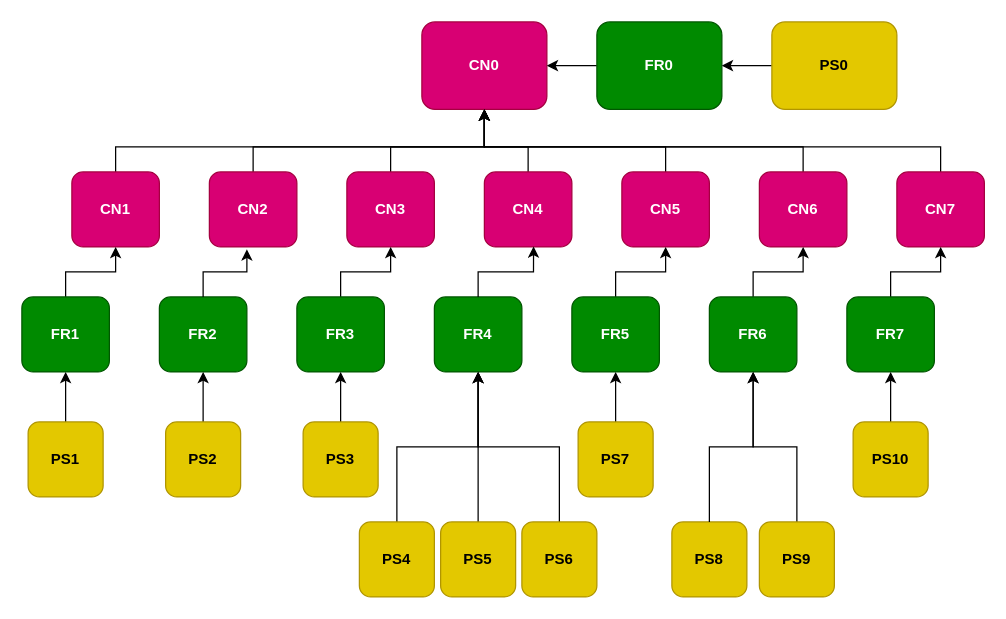
Earlier version of the draw.io diagram page "PS (Week6)" (3 of 6) of Untitled Diagram.drawio (asdismilla/FlowChart). Source tidied: cells renumbered, new cells numbered last; positions are measured from the earlier drawing's top-left corner, leaving out a move shared by most shapes. Both pictures are drawn from the tidied source at 125%, with x=0, y=0 at pixel (21, 21).
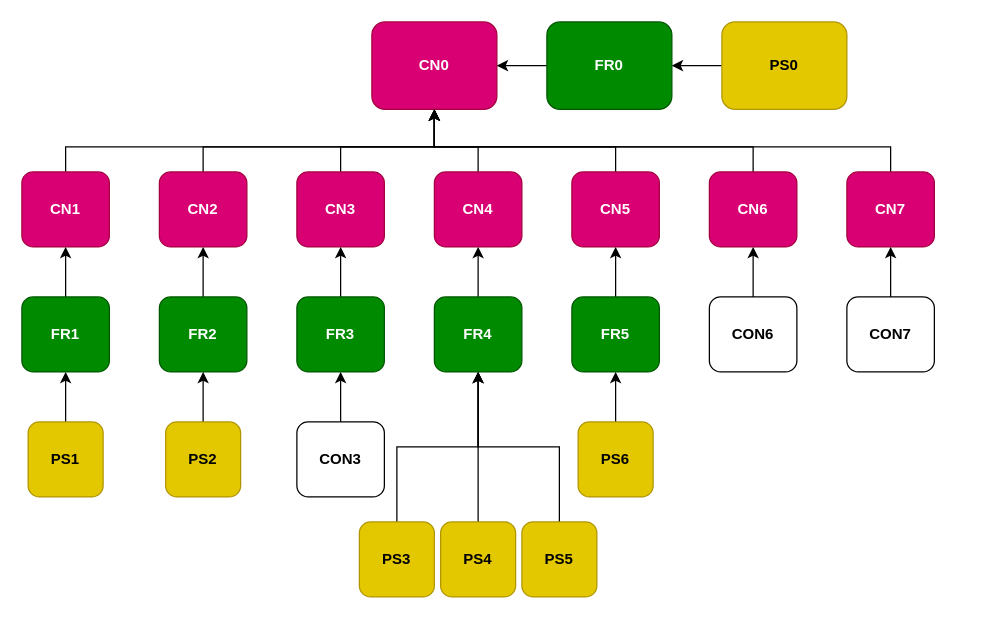
The same diagram, later.

Unchanged cells that the change refers to:
```xml
<mxCell id="23" value="&lt;b&gt;FR4&lt;/b&gt;" style="rounded=1;whiteSpace=wrap;html=1;fillColor=#008a00;fontColor=#ffffff;strokeColor=#005700;" parent="1" vertex="1">
  <mxGeometry x="330" y="220" width="70" height="60" as="geometry" />
</mxCell>
<mxCell id="25" value="&lt;b&gt;FR3&lt;/b&gt;" style="rounded=1;whiteSpace=wrap;html=1;fillColor=#008a00;fontColor=#ffffff;strokeColor=#005700;" parent="1" vertex="1">
  <mxGeometry x="220" y="220" width="70" height="60" as="geometry" />
</mxCell>
<mxCell id="26" value="&lt;b&gt;FR2&lt;/b&gt;" style="rounded=1;whiteSpace=wrap;html=1;fillColor=#008a00;fontColor=#ffffff;strokeColor=#005700;" parent="1" vertex="1">
  <mxGeometry x="110" y="220" width="70" height="60" as="geometry" />
</mxCell>
```

Diff of the diagram source:
```diff
@@
     <mxCell id="2" value="&lt;b&gt;CN0&lt;/b&gt;" style="rounded=1;whiteSpace=wrap;html=1;fillColor=#d80073;fontColor=#ffffff;strokeColor=#A50040;" parent="1" vertex="1">
-      <mxGeometry x="320" width="100" height="70" as="geometry" />
+      <mxGeometry x="280" width="100" height="70" as="geometry" />
     </mxCell>
     <mxCell id="3" style="edgeStyle=orthogonalEdgeStyle;rounded=0;jettySize=auto;html=1;exitX=0.5;exitY=0;exitDx=0;exitDy=0;entryX=0.5;entryY=1;entryDx=0;entryDy=0;" parent="1" edge="1" source="4" target="2">
       <mxGeometry relative="1" as="geometry">
         <Array as="points">
-          <mxPoint x="735" y="100" />
-          <mxPoint x="370" y="100" />
+          <mxPoint x="695" y="100" />
+          <mxPoint x="330" y="100" />
         </Array>
       </mxGeometry>
     </mxCell>
     <mxCell id="4" value="&lt;b&gt;CN7&lt;/b&gt;" style="rounded=1;whiteSpace=wrap;html=1;fillColor=#d80073;fontColor=#ffffff;strokeColor=#A50040;" parent="1" vertex="1">
-      <mxGeometry x="700" y="120" width="70" height="60" as="geometry" />
+      <mxGeometry x="660" y="120" width="70" height="60" as="geometry" />
     </mxCell>
     <mxCell id="5" style="edgeStyle=orthogonalEdgeStyle;rounded=0;jettySize=auto;html=1;exitX=0.5;exitY=0;exitDx=0;exitDy=0;entryX=0.5;entryY=1;entryDx=0;entryDy=0;" parent="1" edge="1" source="6" target="2">
       <mxGeometry relative="1" as="geometry">
         <Array as="points">
-          <mxPoint x="625" y="100" />
-          <mxPoint x="370" y="100" />
+          <mxPoint x="585" y="100" />
+          <mxPoint x="330" y="100" />
         </Array>
       </mxGeometry>
     </mxCell>
     <mxCell id="6" value="&lt;b&gt;CN6&lt;/b&gt;" style="rounded=1;whiteSpace=wrap;html=1;fillColor=#d80073;fontColor=#ffffff;strokeColor=#A50040;" parent="1" vertex="1">
-      <mxGeometry x="590" y="120" width="70" height="60" as="geometry" />
+      <mxGeometry x="550" y="120" width="70" height="60" as="geometry" />
     </mxCell>
     <mxCell id="7" style="edgeStyle=orthogonalEdgeStyle;rounded=0;jettySize=auto;html=1;entryX=0.5;entryY=1;entryDx=0;entryDy=0;" parent="1" edge="1" source="8" target="2">
       <mxGeometry relative="1" as="geometry">
         <Array as="points">
-          <mxPoint x="515" y="100" />
-          <mxPoint x="370" y="100" />
+          <mxPoint x="475" y="100" />
+          <mxPoint x="330" y="100" />
         </Array>
       </mxGeometry>
     </mxCell>
     <mxCell id="8" value="&lt;b&gt;CN5&lt;/b&gt;" style="rounded=1;whiteSpace=wrap;html=1;fillColor=#d80073;fontColor=#ffffff;strokeColor=#A50040;" parent="1" vertex="1">
-      <mxGeometry x="480" y="120" width="70" height="60" as="geometry" />
+      <mxGeometry x="440" y="120" width="70" height="60" as="geometry" />
     </mxCell>
     <mxCell id="9" style="edgeStyle=orthogonalEdgeStyle;rounded=0;jettySize=auto;html=1;" parent="1" edge="1" source="10">
       <mxGeometry relative="1" as="geometry">
-        <mxPoint x="370" y="70" as="targetPoint" />
+        <mxPoint x="330" y="70" as="targetPoint" />
         <Array as="points">
-          <mxPoint x="405" y="100" />
-          <mxPoint x="370" y="100" />
+          <mxPoint x="365" y="100" />
+          <mxPoint x="330" y="100" />
         </Array>
       </mxGeometry>
     </mxCell>
     <mxCell id="10" value="&lt;b&gt;CN4&lt;/b&gt;" style="rounded=1;whiteSpace=wrap;html=1;fillColor=#d80073;fontColor=#ffffff;strokeColor=#A50040;" parent="1" vertex="1">
-      <mxGeometry x="370" y="120" width="70" height="60" as="geometry" />
+      <mxGeometry x="330" y="120" width="70" height="60" as="geometry" />
     </mxCell>
     <mxCell id="11" style="edgeStyle=orthogonalEdgeStyle;rounded=0;jettySize=auto;html=1;entryX=0.5;entryY=1;entryDx=0;entryDy=0;" parent="1" edge="1" source="12" target="2">
       <mxGeometry relative="1" as="geometry">
         <Array as="points">
-          <mxPoint x="295" y="100" />
-          <mxPoint x="370" y="100" />
+          <mxPoint x="255" y="100" />
+          <mxPoint x="330" y="100" />
         </Array>
       </mxGeometry>
     </mxCell>
     <mxCell id="12" value="&lt;b&gt;CN3&lt;/b&gt;" style="rounded=1;whiteSpace=wrap;html=1;fillColor=#d80073;fontColor=#ffffff;strokeColor=#A50040;" parent="1" vertex="1">
-      <mxGeometry x="260" y="120" width="70" height="60" as="geometry" />
+      <mxGeometry x="220" y="120" width="70" height="60" as="geometry" />
     </mxCell>
     <mxCell id="13" style="edgeStyle=orthogonalEdgeStyle;rounded=0;jettySize=auto;html=1;entryX=0.5;entryY=1;entryDx=0;entryDy=0;" parent="1" edge="1" source="14" target="2">
       <mxGeometry relative="1" as="geometry">
         <Array as="points">
-          <mxPoint x="185" y="100" />
-          <mxPoint x="370" y="100" />
+          <mxPoint x="145" y="100" />
+          <mxPoint x="330" y="100" />
         </Array>
       </mxGeometry>
     </mxCell>
     <mxCell id="14" value="&lt;b&gt;CN2&lt;/b&gt;" style="rounded=1;whiteSpace=wrap;html=1;fillColor=#d80073;fontColor=#ffffff;strokeColor=#A50040;" parent="1" vertex="1">
-      <mxGeometry x="150" y="120" width="70" height="60" as="geometry" />
+      <mxGeometry x="110" y="120" width="70" height="60" as="geometry" />
     </mxCell>
     <mxCell id="15" style="edgeStyle=orthogonalEdgeStyle;rounded=0;jettySize=auto;html=1;entryX=0.5;entryY=1;entryDx=0;entryDy=0;" parent="1" edge="1" source="16" target="2">
       <mxGeometry relative="1" as="geometry">
         <Array as="points">
-          <mxPoint x="75" y="100" />
-          <mxPoint x="370" y="100" />
+          <mxPoint x="35" y="100" />
+          <mxPoint x="330" y="100" />
         </Array>
       </mxGeometry>
     </mxCell>
     <mxCell id="16" value="&lt;b&gt;CN1&lt;/b&gt;" style="rounded=1;whiteSpace=wrap;html=1;fillColor=#d80073;fontColor=#ffffff;strokeColor=#A50040;" parent="1" vertex="1">
-      <mxGeometry x="40" y="120" width="70" height="60" as="geometry" />
+      <mxGeometry y="120" width="70" height="60" as="geometry" />
     </mxCell>
-    <mxCell id="17" style="edgeStyle=orthogonalEdgeStyle;rounded=0;jettySize=auto;html=1;entryX=0.5;entryY=1;entryDx=0;entryDy=0;" parent="1" edge="1" source="18" target="4">
-      <mxGeometry relative="1" as="geometry" />
-    </mxCell>
-    <mxCell id="18" value="&lt;b&gt;FR7&lt;/b&gt;" style="rounded=1;whiteSpace=wrap;html=1;fillColor=#008a00;fontColor=#ffffff;strokeColor=#005700;" parent="1" vertex="1">
-      <mxGeometry x="660" y="220" width="70" height="60" as="geometry" />
-    </mxCell>
-    <mxCell id="19" style="edgeStyle=orthogonalEdgeStyle;rounded=0;jettySize=auto;html=1;entryX=0.5;entryY=1;entryDx=0;entryDy=0;" parent="1" edge="1" source="20" target="6">
-      <mxGeometry relative="1" as="geometry" />
-    </mxCell>
-    <mxCell id="20" value="&lt;b&gt;FR6&lt;/b&gt;" style="rounded=1;whiteSpace=wrap;html=1;fillColor=#008a00;fontColor=#ffffff;strokeColor=#005700;" parent="1" vertex="1">
-      <mxGeometry x="550" y="220" width="70" height="60" as="geometry" />
-    </mxCell>
@@
+    <mxCell id="30" style="edgeStyle=orthogonalEdgeStyle;rounded=0;jettySize=auto;html=1;exitX=0.5;exitY=0;exitDx=0;exitDy=0;entryX=0.5;entryY=1;entryDx=0;entryDy=0;" parent="1" edge="1" source="23" target="10">
+      <mxGeometry relative="1" as="geometry" />
+    </mxCell>
@@
+    <mxCell id="29" style="edgeStyle=orthogonalEdgeStyle;rounded=0;jettySize=auto;html=1;entryX=0.5;entryY=1;entryDx=0;entryDy=0;" parent="1" edge="1" source="26" target="14">
+      <mxGeometry relative="1" as="geometry" />
+    </mxCell>
@@
-    <mxCell id="29" style="edgeStyle=orthogonalEdgeStyle;rounded=0;jettySize=auto;html=1;entryX=0.429;entryY=1.033;entryDx=0;entryDy=0;entryPerimeter=0;" parent="1" edge="1" source="26" target="14">
-      <mxGeometry relative="1" as="geometry" />
-    </mxCell>
-    <mxCell id="30" style="edgeStyle=orthogonalEdgeStyle;rounded=0;jettySize=auto;html=1;entryX=0.562;entryY=0.994;entryDx=0;entryDy=0;entryPerimeter=0;" parent="1" edge="1" source="23" target="10">
-      <mxGeometry relative="1" as="geometry" />
-    </mxCell>
@@
     <mxCell id="32" value="&lt;b&gt;FR0&lt;/b&gt;" style="rounded=1;whiteSpace=wrap;html=1;fillColor=#008a00;fontColor=#ffffff;strokeColor=#005700;" parent="1" vertex="1">
-      <mxGeometry x="460" width="100" height="70" as="geometry" />
+      <mxGeometry x="420" width="100" height="70" as="geometry" />
     </mxCell>
@@
     <mxCell id="34" value="&lt;b&gt;PS0&lt;/b&gt;" style="rounded=1;whiteSpace=wrap;html=1;fillColor=#e3c800;strokeColor=#B09500;fontColor=#000000;" parent="1" vertex="1">
-      <mxGeometry x="600" width="100" height="70" as="geometry" />
+      <mxGeometry x="560" width="100" height="70" as="geometry" />
     </mxCell>
@@
-    <mxCell id="36" value="&lt;b&gt;PS4&lt;/b&gt;" style="rounded=1;whiteSpace=wrap;html=1;fillColor=#e3c800;fontColor=#000000;strokeColor=#B09500;" parent="1" vertex="1">
+    <mxCell id="36" value="&lt;b&gt;PS3&lt;/b&gt;" style="rounded=1;whiteSpace=wrap;html=1;fillColor=#e3c800;fontColor=#000000;strokeColor=#B09500;" parent="1" vertex="1">
       <mxGeometry x="270" y="400" width="60" height="60" as="geometry" />
     </mxCell>
-    <mxCell id="37" style="edgeStyle=orthogonalEdgeStyle;rounded=0;jettySize=auto;html=1;exitX=0.5;exitY=0;exitDx=0;exitDy=0;entryX=0.5;entryY=1;entryDx=0;entryDy=0;" parent="1" edge="1" source="38" target="25">
-      <mxGeometry relative="1" as="geometry" />
-    </mxCell>
-    <mxCell id="38" value="&lt;b&gt;PS3&lt;br&gt;&lt;/b&gt;" style="rounded=1;whiteSpace=wrap;html=1;fillColor=#e3c800;fontColor=#000000;strokeColor=#B09500;" parent="1" vertex="1">
-      <mxGeometry x="225" y="320" width="60" height="60" as="geometry" />
-    </mxCell>
@@
-    <mxCell id="44" value="&lt;b&gt;PS5&lt;/b&gt;" style="rounded=1;whiteSpace=wrap;html=1;fillColor=#e3c800;fontColor=#000000;strokeColor=#B09500;" parent="1" vertex="1">
+    <mxCell id="44" value="&lt;b&gt;PS4&lt;/b&gt;" style="rounded=1;whiteSpace=wrap;html=1;fillColor=#e3c800;fontColor=#000000;strokeColor=#B09500;" parent="1" vertex="1">
       <mxGeometry x="335" y="400" width="60" height="60" as="geometry" />
     </mxCell>
@@
-    <mxCell id="46" value="&lt;b&gt;PS6&lt;/b&gt;" style="rounded=1;whiteSpace=wrap;html=1;fillColor=#e3c800;fontColor=#000000;strokeColor=#B09500;" parent="1" vertex="1">
+    <mxCell id="46" value="&lt;b&gt;PS5&lt;/b&gt;" style="rounded=1;whiteSpace=wrap;html=1;fillColor=#e3c800;fontColor=#000000;strokeColor=#B09500;" parent="1" vertex="1">
       <mxGeometry x="400" y="400" width="60" height="60" as="geometry" />
     </mxCell>
-    <mxCell id="47" style="edgeStyle=orthogonalEdgeStyle;rounded=0;jettySize=auto;html=1;entryX=0.5;entryY=1;entryDx=0;entryDy=0;" parent="1" edge="1" source="48" target="18">
-      <mxGeometry relative="1" as="geometry" />
-    </mxCell>
-    <mxCell id="48" value="&lt;b&gt;PS10&lt;/b&gt;" style="rounded=1;whiteSpace=wrap;html=1;fillColor=#e3c800;fontColor=#000000;strokeColor=#B09500;" parent="1" vertex="1">
-      <mxGeometry x="665" y="320" width="60" height="60" as="geometry" />
-    </mxCell>
-    <mxCell id="49" value="&lt;b&gt;PS8&lt;/b&gt;" style="rounded=1;whiteSpace=wrap;html=1;fillColor=#e3c800;fontColor=#000000;strokeColor=#B09500;" parent="1" vertex="1">
-      <mxGeometry x="520" y="400" width="60" height="60" as="geometry" />
-    </mxCell>
-    <mxCell id="50" style="edgeStyle=orthogonalEdgeStyle;rounded=0;jettySize=auto;html=1;entryX=0.5;entryY=1;entryDx=0;entryDy=0;" parent="1" edge="1" source="51" target="20">
-      <mxGeometry relative="1" as="geometry" />
-    </mxCell>
-    <mxCell id="51" value="&lt;b&gt;PS9&lt;/b&gt;" style="rounded=1;whiteSpace=wrap;html=1;fillColor=#e3c800;fontColor=#000000;strokeColor=#B09500;" parent="1" vertex="1">
-      <mxGeometry x="590" y="400" width="60" height="60" as="geometry" />
-    </mxCell>
@@
-    <mxCell id="53" value="&lt;b&gt;PS7&lt;/b&gt;" style="rounded=1;whiteSpace=wrap;html=1;fillColor=#e3c800;fontColor=#000000;strokeColor=#B09500;" parent="1" vertex="1">
+    <mxCell id="53" value="&lt;b&gt;PS6&lt;/b&gt;" style="rounded=1;whiteSpace=wrap;html=1;fillColor=#e3c800;fontColor=#000000;strokeColor=#B09500;" parent="1" vertex="1">
       <mxGeometry x="445" y="320" width="60" height="60" as="geometry" />
     </mxCell>
-    <mxCell id="54" style="edgeStyle=orthogonalEdgeStyle;rounded=0;jettySize=auto;html=1;entryX=0.5;entryY=1;entryDx=0;entryDy=0;exitX=0.5;exitY=0;exitDx=0;exitDy=0;" parent="1" edge="1" source="49" target="20">
-      <mxGeometry relative="1" as="geometry" />
-    </mxCell>
+    <mxCell id="55" style="edgeStyle=orthogonalEdgeStyle;rounded=0;jettySize=auto;html=1;entryX=0.5;entryY=1;entryDx=0;entryDy=0;" parent="1" edge="1" source="56" target="6">
+      <mxGeometry relative="1" as="geometry" />
+    </mxCell>
+    <mxCell id="56" value="&lt;b&gt;CON6&lt;/b&gt;" style="rounded=1;whiteSpace=wrap;html=1;" parent="1" vertex="1">
+      <mxGeometry x="550" y="220" width="70" height="60" as="geometry" />
+    </mxCell>
+    <mxCell id="57" style="edgeStyle=orthogonalEdgeStyle;rounded=0;jettySize=auto;html=1;entryX=0.5;entryY=1;entryDx=0;entryDy=0;" parent="1" edge="1" source="58" target="4">
+      <mxGeometry relative="1" as="geometry" />
+    </mxCell>
+    <mxCell id="58" value="&lt;b&gt;CON7&lt;/b&gt;" style="rounded=1;whiteSpace=wrap;html=1;" parent="1" vertex="1">
+      <mxGeometry x="660" y="220" width="70" height="60" as="geometry" />
+    </mxCell>
+    <mxCell id="59" style="edgeStyle=orthogonalEdgeStyle;rounded=0;jettySize=auto;html=1;entryX=0.5;entryY=1;entryDx=0;entryDy=0;" parent="1" edge="1" source="60" target="25">
+      <mxGeometry relative="1" as="geometry" />
+    </mxCell>
+    <mxCell id="60" value="&lt;b&gt;CON3&lt;/b&gt;" style="rounded=1;whiteSpace=wrap;html=1;" parent="1" vertex="1">
+      <mxGeometry x="220" y="320" width="70" height="60" as="geometry" />
+    </mxCell>
```
